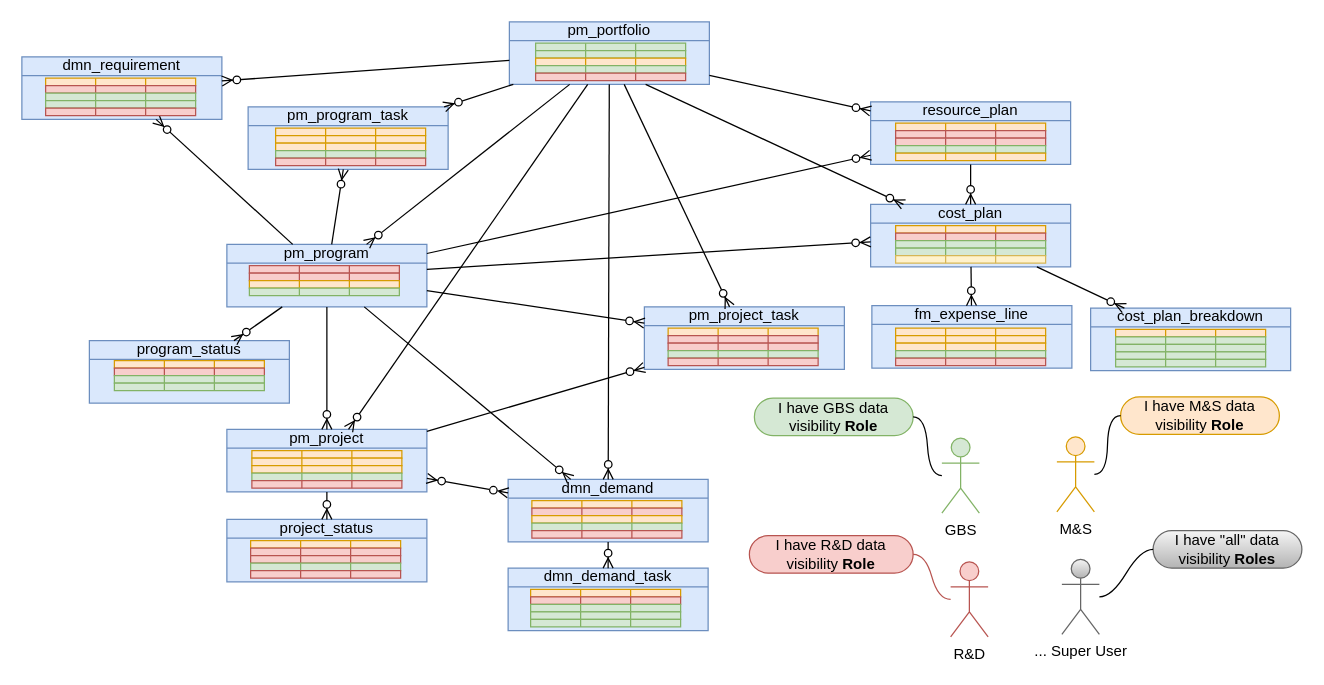
Earlier version of the draw.io diagram page "conceptV2" (4 of 10) of JTI_product.drawio (algimas/tmp). Source tidied: cells renumbered, new cells numbered last; positions are measured from the earlier drawing's top-left corner, leaving out a move shared by most shapes. Both pictures are drawn from the tidied source at 125%, with x=0, y=0 at pixel (21, 21).
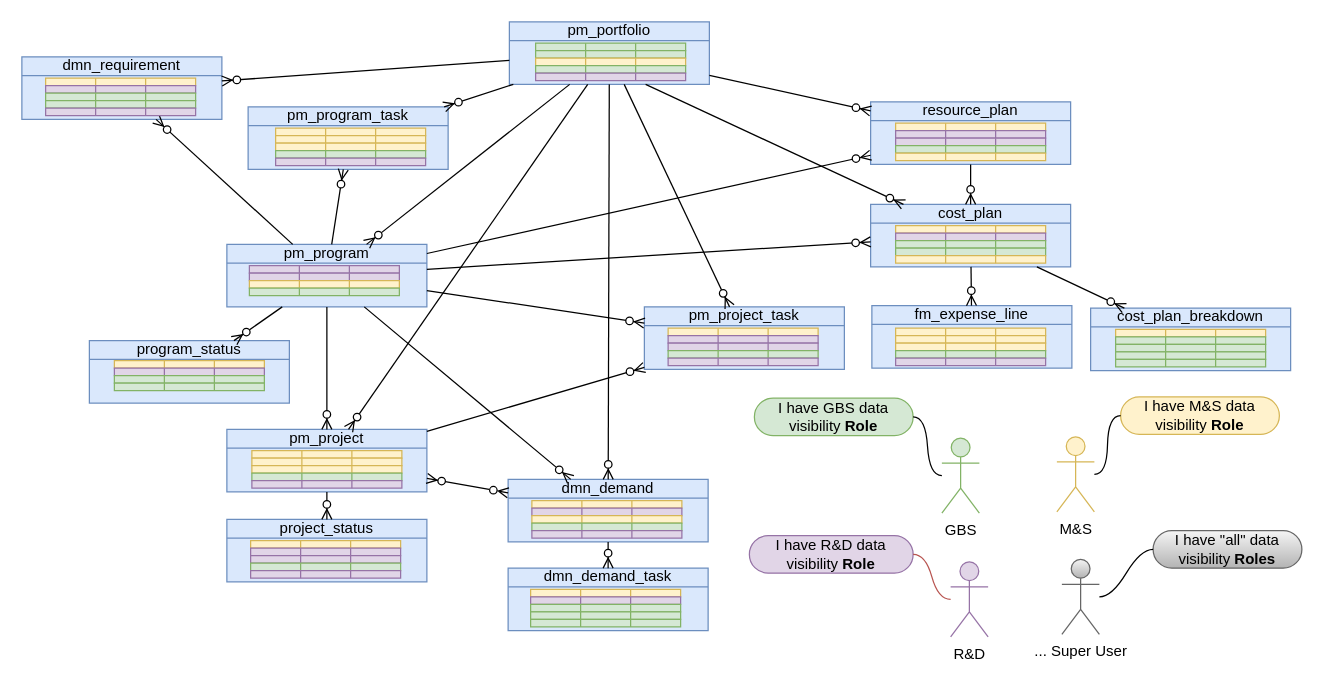
After the change.

Change to the diagram source:
```diff
@@
-    <mxCell id="40" value="M&amp;amp;S" style="shape=umlActor;verticalLabelPosition=bottom;verticalAlign=top;html=1;outlineConnect=0;fillColor=#ffe6cc;strokeColor=#d79b00;" parent="1" vertex="1">
+    <mxCell id="40" value="M&amp;amp;S" style="shape=umlActor;verticalLabelPosition=bottom;verticalAlign=top;html=1;outlineConnect=0;fillColor=#fff2cc;strokeColor=#d6b656;" parent="1" vertex="1">
       <mxGeometry x="828" y="332" width="30" height="60" as="geometry" />
     </mxCell>
-    <mxCell id="41" value="I have M&amp;amp;S data visibility &lt;b&gt;Role&lt;/b&gt;" style="whiteSpace=wrap;html=1;rounded=1;arcSize=50;align=center;verticalAlign=middle;strokeWidth=1;spacing=4;newEdgeStyle={&quot;edgeStyle&quot;:&quot;entityRelationEdgeStyle&quot;,&quot;startArrow&quot;:&quot;none&quot;,&quot;endArrow&quot;:&quot;none&quot;,&quot;segment&quot;:10,&quot;curved&quot;:1,&quot;sourcePerimeterSpacing&quot;:0,&quot;targetPerimeterSpacing&quot;:0};fillColor=#ffe6cc;strokeColor=#d79b00;" parent="1" vertex="1">
+    <mxCell id="41" value="I have M&amp;amp;S data visibility &lt;b&gt;Role&lt;/b&gt;" style="whiteSpace=wrap;html=1;rounded=1;arcSize=50;align=center;verticalAlign=middle;strokeWidth=1;spacing=4;newEdgeStyle={&quot;edgeStyle&quot;:&quot;entityRelationEdgeStyle&quot;,&quot;startArrow&quot;:&quot;none&quot;,&quot;endArrow&quot;:&quot;none&quot;,&quot;segment&quot;:10,&quot;curved&quot;:1,&quot;sourcePerimeterSpacing&quot;:0,&quot;targetPerimeterSpacing&quot;:0};fillColor=#fff2cc;strokeColor=#d6b656;" parent="1" vertex="1">
       <mxGeometry x="879" y="300" width="127" height="30" as="geometry" />
     </mxCell>
@@
-    <mxCell id="48" value="R&amp;amp;D" style="shape=umlActor;verticalLabelPosition=bottom;verticalAlign=top;html=1;outlineConnect=0;fillColor=#f8cecc;strokeColor=#b85450;" parent="1" vertex="1">
+    <mxCell id="48" value="R&amp;amp;D" style="shape=umlActor;verticalLabelPosition=bottom;verticalAlign=top;html=1;outlineConnect=0;fillColor=#e1d5e7;strokeColor=#9673a6;" parent="1" vertex="1">
       <mxGeometry x="743" y="432" width="30" height="60" as="geometry" />
     </mxCell>
-    <mxCell id="49" value="I have R&amp;amp;D data visibility &lt;b&gt;Role&lt;/b&gt;" style="whiteSpace=wrap;html=1;rounded=1;arcSize=50;align=center;verticalAlign=middle;strokeWidth=1;spacing=4;newEdgeStyle={&quot;edgeStyle&quot;:&quot;entityRelationEdgeStyle&quot;,&quot;startArrow&quot;:&quot;none&quot;,&quot;endArrow&quot;:&quot;none&quot;,&quot;segment&quot;:10,&quot;curved&quot;:1,&quot;sourcePerimeterSpacing&quot;:0,&quot;targetPerimeterSpacing&quot;:0};fillColor=#f8cecc;strokeColor=#b85450;" parent="1" vertex="1">
+    <mxCell id="49" value="I have R&amp;amp;D data visibility &lt;b&gt;Role&lt;/b&gt;" style="whiteSpace=wrap;html=1;rounded=1;arcSize=50;align=center;verticalAlign=middle;strokeWidth=1;spacing=4;newEdgeStyle={&quot;edgeStyle&quot;:&quot;entityRelationEdgeStyle&quot;,&quot;startArrow&quot;:&quot;none&quot;,&quot;endArrow&quot;:&quot;none&quot;,&quot;segment&quot;:10,&quot;curved&quot;:1,&quot;sourcePerimeterSpacing&quot;:0,&quot;targetPerimeterSpacing&quot;:0};fillColor=#e1d5e7;strokeColor=#9673a6;" parent="1" vertex="1">
       <mxGeometry x="582" y="411" width="131" height="30" as="geometry" />
     </mxCell>
@@
-    <mxCell id="51" style="shape=process;whiteSpace=wrap;html=1;backgroundOutline=1;size=0.33214285714285646;fillColor=#ffe6cc;strokeColor=#d79b00;" parent="1" vertex="1">
+    <mxCell id="51" style="shape=process;whiteSpace=wrap;html=1;backgroundOutline=1;size=0.33214285714285646;fillColor=#fff2cc;strokeColor=#d6b656;" parent="1" vertex="1">
       <mxGeometry x="407" y="454" width="120" height="6" as="geometry" />
     </mxCell>
-    <mxCell id="52" style="shape=process;whiteSpace=wrap;html=1;backgroundOutline=1;size=0.33214285714285646;fillColor=#f8cecc;strokeColor=#b85450;" parent="1" vertex="1">
+    <mxCell id="52" style="shape=process;whiteSpace=wrap;html=1;backgroundOutline=1;size=0.33214285714285646;fillColor=#e1d5e7;strokeColor=#9673a6;" parent="1" vertex="1">
       <mxGeometry x="407" y="460" width="120" height="6" as="geometry" />
     </mxCell>
@@
-    <mxCell id="56" style="shape=process;whiteSpace=wrap;html=1;backgroundOutline=1;size=0.33214285714285646;fillColor=#ffe6cc;strokeColor=#d79b00;" parent="1" vertex="1">
+    <mxCell id="56" style="shape=process;whiteSpace=wrap;html=1;backgroundOutline=1;size=0.33214285714285646;fillColor=#fff2cc;strokeColor=#d6b656;" parent="1" vertex="1">
       <mxGeometry x="183" y="415" width="120" height="6" as="geometry" />
     </mxCell>
-    <mxCell id="57" style="shape=process;whiteSpace=wrap;html=1;backgroundOutline=1;size=0.33214285714285646;fillColor=#f8cecc;strokeColor=#b85450;" parent="1" vertex="1">
+    <mxCell id="57" style="shape=process;whiteSpace=wrap;html=1;backgroundOutline=1;size=0.33214285714285646;fillColor=#e1d5e7;strokeColor=#9673a6;" parent="1" vertex="1">
       <mxGeometry x="183" y="421" width="120" height="6" as="geometry" />
     </mxCell>
-    <mxCell id="58" style="shape=process;whiteSpace=wrap;html=1;backgroundOutline=1;size=0.33214285714285646;fillColor=#f8cecc;strokeColor=#b85450;" parent="1" vertex="1">
+    <mxCell id="58" style="shape=process;whiteSpace=wrap;html=1;backgroundOutline=1;size=0.33214285714285646;fillColor=#e1d5e7;strokeColor=#9673a6;" parent="1" vertex="1">
       <mxGeometry x="183" y="427" width="120" height="6" as="geometry" />
     </mxCell>
@@
-    <mxCell id="60" style="shape=process;whiteSpace=wrap;html=1;backgroundOutline=1;size=0.33214285714285646;fillColor=#f8cecc;strokeColor=#b85450;" parent="1" vertex="1">
+    <mxCell id="60" style="shape=process;whiteSpace=wrap;html=1;backgroundOutline=1;size=0.33214285714285646;fillColor=#e1d5e7;strokeColor=#9673a6;" parent="1" vertex="1">
       <mxGeometry x="183" y="439" width="120" height="6" as="geometry" />
     </mxCell>
-    <mxCell id="61" style="shape=process;whiteSpace=wrap;html=1;backgroundOutline=1;size=0.33214285714285646;fillColor=#ffe6cc;strokeColor=#d79b00;" parent="1" vertex="1">
+    <mxCell id="61" style="shape=process;whiteSpace=wrap;html=1;backgroundOutline=1;size=0.33214285714285646;fillColor=#fff2cc;strokeColor=#d6b656;" parent="1" vertex="1">
       <mxGeometry x="184" y="343" width="120" height="6" as="geometry" />
     </mxCell>
-    <mxCell id="62" style="shape=process;whiteSpace=wrap;html=1;backgroundOutline=1;size=0.33214285714285646;fillColor=#ffe6cc;strokeColor=#d79b00;" parent="1" vertex="1">
+    <mxCell id="62" style="shape=process;whiteSpace=wrap;html=1;backgroundOutline=1;size=0.33214285714285646;fillColor=#fff2cc;strokeColor=#d6b656;" parent="1" vertex="1">
       <mxGeometry x="184" y="349" width="120" height="6" as="geometry" />
     </mxCell>
-    <mxCell id="63" style="shape=process;whiteSpace=wrap;html=1;backgroundOutline=1;size=0.33214285714285646;fillColor=#ffe6cc;strokeColor=#d79b00;" parent="1" vertex="1">
+    <mxCell id="63" style="shape=process;whiteSpace=wrap;html=1;backgroundOutline=1;size=0.33214285714285646;fillColor=#fff2cc;strokeColor=#d6b656;" parent="1" vertex="1">
       <mxGeometry x="184" y="355" width="120" height="6" as="geometry" />
     </mxCell>
@@
-    <mxCell id="65" style="shape=process;whiteSpace=wrap;html=1;backgroundOutline=1;size=0.33214285714285646;fillColor=#f8cecc;strokeColor=#b85450;" parent="1" vertex="1">
+    <mxCell id="65" style="shape=process;whiteSpace=wrap;html=1;backgroundOutline=1;size=0.33214285714285646;fillColor=#e1d5e7;strokeColor=#9673a6;" parent="1" vertex="1">
       <mxGeometry x="184" y="367" width="120" height="6" as="geometry" />
     </mxCell>
-    <mxCell id="66" style="shape=process;whiteSpace=wrap;html=1;backgroundOutline=1;size=0.33214285714285646;fillColor=#ffe6cc;strokeColor=#d79b00;" parent="1" vertex="1">
+    <mxCell id="66" style="shape=process;whiteSpace=wrap;html=1;backgroundOutline=1;size=0.33214285714285646;fillColor=#fff2cc;strokeColor=#d6b656;" parent="1" vertex="1">
       <mxGeometry x="74" y="271" width="120" height="6" as="geometry" />
     </mxCell>
-    <mxCell id="67" style="shape=process;whiteSpace=wrap;html=1;backgroundOutline=1;size=0.33214285714285646;fillColor=#f8cecc;strokeColor=#b85450;" parent="1" vertex="1">
+    <mxCell id="67" style="shape=process;whiteSpace=wrap;html=1;backgroundOutline=1;size=0.33214285714285646;fillColor=#e1d5e7;strokeColor=#9673a6;" parent="1" vertex="1">
       <mxGeometry x="74" y="277" width="120" height="6" as="geometry" />
     </mxCell>
@@
-    <mxCell id="70" style="shape=process;whiteSpace=wrap;html=1;backgroundOutline=1;size=0.33214285714285646;fillColor=#f8cecc;strokeColor=#b85450;" parent="1" vertex="1">
+    <mxCell id="70" style="shape=process;whiteSpace=wrap;html=1;backgroundOutline=1;size=0.33214285714285646;fillColor=#e1d5e7;strokeColor=#9673a6;" parent="1" vertex="1">
       <mxGeometry x="182" y="195" width="120" height="6" as="geometry" />
     </mxCell>
-    <mxCell id="71" style="shape=process;whiteSpace=wrap;html=1;backgroundOutline=1;size=0.33214285714285646;fillColor=#f8cecc;strokeColor=#b85450;" parent="1" vertex="1">
+    <mxCell id="71" style="shape=process;whiteSpace=wrap;html=1;backgroundOutline=1;size=0.33214285714285646;fillColor=#e1d5e7;strokeColor=#9673a6;" parent="1" vertex="1">
       <mxGeometry x="182" y="201" width="120" height="6" as="geometry" />
     </mxCell>
-    <mxCell id="72" style="shape=process;whiteSpace=wrap;html=1;backgroundOutline=1;size=0.33214285714285646;fillColor=#ffe6cc;strokeColor=#d79b00;" parent="1" vertex="1">
+    <mxCell id="72" style="shape=process;whiteSpace=wrap;html=1;backgroundOutline=1;size=0.33214285714285646;fillColor=#fff2cc;strokeColor=#d6b656;" parent="1" vertex="1">
       <mxGeometry x="182" y="207" width="120" height="6" as="geometry" />
     </mxCell>
@@
-    <mxCell id="74" style="shape=process;whiteSpace=wrap;html=1;backgroundOutline=1;size=0.33214285714285646;fillColor=#ffe6cc;strokeColor=#d79b00;" parent="1" vertex="1">
+    <mxCell id="74" style="shape=process;whiteSpace=wrap;html=1;backgroundOutline=1;size=0.33214285714285646;fillColor=#fff2cc;strokeColor=#d6b656;" parent="1" vertex="1">
       <mxGeometry x="408" y="383" width="120" height="6" as="geometry" />
     </mxCell>
-    <mxCell id="75" style="shape=process;whiteSpace=wrap;html=1;backgroundOutline=1;size=0.33214285714285646;fillColor=#f8cecc;strokeColor=#b85450;" parent="1" vertex="1">
+    <mxCell id="75" style="shape=process;whiteSpace=wrap;html=1;backgroundOutline=1;size=0.33214285714285646;fillColor=#e1d5e7;strokeColor=#9673a6;" parent="1" vertex="1">
       <mxGeometry x="408" y="389" width="120" height="6" as="geometry" />
     </mxCell>
-    <mxCell id="76" style="shape=process;whiteSpace=wrap;html=1;backgroundOutline=1;size=0.33214285714285646;fillColor=#ffe6cc;strokeColor=#d79b00;" parent="1" vertex="1">
+    <mxCell id="76" style="shape=process;whiteSpace=wrap;html=1;backgroundOutline=1;size=0.33214285714285646;fillColor=#fff2cc;strokeColor=#d6b656;" parent="1" vertex="1">
       <mxGeometry x="408" y="395" width="120" height="6" as="geometry" />
     </mxCell>
@@
-    <mxCell id="78" style="shape=process;whiteSpace=wrap;html=1;backgroundOutline=1;size=0.33214285714285646;fillColor=#f8cecc;strokeColor=#b85450;" parent="1" vertex="1">
+    <mxCell id="78" style="shape=process;whiteSpace=wrap;html=1;backgroundOutline=1;size=0.33214285714285646;fillColor=#e1d5e7;strokeColor=#9673a6;" parent="1" vertex="1">
       <mxGeometry x="408" y="407" width="120" height="6" as="geometry" />
     </mxCell>
-    <mxCell id="79" style="shape=process;whiteSpace=wrap;html=1;backgroundOutline=1;size=0.33214285714285646;fillColor=#ffe6cc;strokeColor=#d79b00;" parent="1" vertex="1">
+    <mxCell id="79" style="shape=process;whiteSpace=wrap;html=1;backgroundOutline=1;size=0.33214285714285646;fillColor=#fff2cc;strokeColor=#d6b656;" parent="1" vertex="1">
       <mxGeometry x="517" y="245" width="120" height="6" as="geometry" />
     </mxCell>
-    <mxCell id="80" style="shape=process;whiteSpace=wrap;html=1;backgroundOutline=1;size=0.33214285714285646;fillColor=#f8cecc;strokeColor=#b85450;" parent="1" vertex="1">
+    <mxCell id="80" style="shape=process;whiteSpace=wrap;html=1;backgroundOutline=1;size=0.33214285714285646;fillColor=#e1d5e7;strokeColor=#9673a6;" parent="1" vertex="1">
       <mxGeometry x="517" y="251" width="120" height="6" as="geometry" />
     </mxCell>
-    <mxCell id="81" style="shape=process;whiteSpace=wrap;html=1;backgroundOutline=1;size=0.33214285714285646;fillColor=#f8cecc;strokeColor=#b85450;" parent="1" vertex="1">
+    <mxCell id="81" style="shape=process;whiteSpace=wrap;html=1;backgroundOutline=1;size=0.33214285714285646;fillColor=#e1d5e7;strokeColor=#9673a6;" parent="1" vertex="1">
       <mxGeometry x="517" y="257" width="120" height="6" as="geometry" />
     </mxCell>
@@
-    <mxCell id="83" style="shape=process;whiteSpace=wrap;html=1;backgroundOutline=1;size=0.33214285714285646;fillColor=#f8cecc;strokeColor=#b85450;" parent="1" vertex="1">
+    <mxCell id="83" style="shape=process;whiteSpace=wrap;html=1;backgroundOutline=1;size=0.33214285714285646;fillColor=#e1d5e7;strokeColor=#9673a6;" parent="1" vertex="1">
       <mxGeometry x="517" y="269" width="120" height="6" as="geometry" />
     </mxCell>
-    <mxCell id="84" style="shape=process;whiteSpace=wrap;html=1;backgroundOutline=1;size=0.33214285714285646;fillColor=#ffe6cc;strokeColor=#d79b00;" parent="1" vertex="1">
+    <mxCell id="84" style="shape=process;whiteSpace=wrap;html=1;backgroundOutline=1;size=0.33214285714285646;fillColor=#fff2cc;strokeColor=#d6b656;" parent="1" vertex="1">
       <mxGeometry x="699" y="245" width="120" height="6" as="geometry" />
     </mxCell>
-    <mxCell id="85" style="shape=process;whiteSpace=wrap;html=1;backgroundOutline=1;size=0.33214285714285646;fillColor=#ffe6cc;strokeColor=#d79b00;" parent="1" vertex="1">
+    <mxCell id="85" style="shape=process;whiteSpace=wrap;html=1;backgroundOutline=1;size=0.33214285714285646;fillColor=#fff2cc;strokeColor=#d6b656;" parent="1" vertex="1">
       <mxGeometry x="699" y="251" width="120" height="6" as="geometry" />
     </mxCell>
-    <mxCell id="86" style="shape=process;whiteSpace=wrap;html=1;backgroundOutline=1;size=0.33214285714285646;fillColor=#ffe6cc;strokeColor=#d79b00;" parent="1" vertex="1">
+    <mxCell id="86" style="shape=process;whiteSpace=wrap;html=1;backgroundOutline=1;size=0.33214285714285646;fillColor=#fff2cc;strokeColor=#d6b656;" parent="1" vertex="1">
       <mxGeometry x="699" y="257" width="120" height="6" as="geometry" />
     </mxCell>
@@
-    <mxCell id="88" style="shape=process;whiteSpace=wrap;html=1;backgroundOutline=1;size=0.33214285714285646;fillColor=#f8cecc;strokeColor=#b85450;" parent="1" vertex="1">
+    <mxCell id="88" style="shape=process;whiteSpace=wrap;html=1;backgroundOutline=1;size=0.33214285714285646;fillColor=#e1d5e7;strokeColor=#9673a6;" parent="1" vertex="1">
       <mxGeometry x="699" y="269" width="120" height="6" as="geometry" />
     </mxCell>
-    <mxCell id="89" style="shape=process;whiteSpace=wrap;html=1;backgroundOutline=1;size=0.33214285714285646;fillColor=#ffe6cc;strokeColor=#d79b00;" parent="1" vertex="1">
+    <mxCell id="89" style="shape=process;whiteSpace=wrap;html=1;backgroundOutline=1;size=0.33214285714285646;fillColor=#fff2cc;strokeColor=#d6b656;" parent="1" vertex="1">
       <mxGeometry x="875" y="246" width="120" height="6" as="geometry" />
     </mxCell>
@@
-    <mxCell id="94" style="shape=process;whiteSpace=wrap;html=1;backgroundOutline=1;size=0.33214285714285646;fillColor=#ffe6cc;strokeColor=#d79b00;" parent="1" vertex="1">
+    <mxCell id="94" style="shape=process;whiteSpace=wrap;html=1;backgroundOutline=1;size=0.33214285714285646;fillColor=#fff2cc;strokeColor=#d6b656;" parent="1" vertex="1">
       <mxGeometry x="699" y="163" width="120" height="6" as="geometry" />
     </mxCell>
-    <mxCell id="95" style="shape=process;whiteSpace=wrap;html=1;backgroundOutline=1;size=0.33214285714285646;fillColor=#f8cecc;strokeColor=#b85450;" parent="1" vertex="1">
+    <mxCell id="95" style="shape=process;whiteSpace=wrap;html=1;backgroundOutline=1;size=0.33214285714285646;fillColor=#e1d5e7;strokeColor=#9673a6;" parent="1" vertex="1">
       <mxGeometry x="699" y="169" width="120" height="6" as="geometry" />
     </mxCell>
@@
-    <mxCell id="99" style="shape=process;whiteSpace=wrap;html=1;backgroundOutline=1;size=0.33214285714285646;fillColor=#ffe6cc;strokeColor=#d79b00;" parent="1" vertex="1">
+    <mxCell id="99" style="shape=process;whiteSpace=wrap;html=1;backgroundOutline=1;size=0.33214285714285646;fillColor=#fff2cc;strokeColor=#d6b656;" parent="1" vertex="1">
       <mxGeometry x="699" y="81" width="120" height="6" as="geometry" />
     </mxCell>
-    <mxCell id="100" style="shape=process;whiteSpace=wrap;html=1;backgroundOutline=1;size=0.33214285714285646;fillColor=#f8cecc;strokeColor=#b85450;" parent="1" vertex="1">
+    <mxCell id="100" style="shape=process;whiteSpace=wrap;html=1;backgroundOutline=1;size=0.33214285714285646;fillColor=#e1d5e7;strokeColor=#9673a6;" parent="1" vertex="1">
       <mxGeometry x="699" y="87" width="120" height="6" as="geometry" />
     </mxCell>
-    <mxCell id="101" style="shape=process;whiteSpace=wrap;html=1;backgroundOutline=1;size=0.33214285714285646;fillColor=#f8cecc;strokeColor=#b85450;" parent="1" vertex="1">
+    <mxCell id="101" style="shape=process;whiteSpace=wrap;html=1;backgroundOutline=1;size=0.33214285714285646;fillColor=#e1d5e7;strokeColor=#9673a6;" parent="1" vertex="1">
       <mxGeometry x="699" y="93" width="120" height="6" as="geometry" />
     </mxCell>
@@
-    <mxCell id="103" style="shape=process;whiteSpace=wrap;html=1;backgroundOutline=1;size=0.33214285714285646;fillColor=#ffe6cc;strokeColor=#d79b00;" parent="1" vertex="1">
+    <mxCell id="103" style="shape=process;whiteSpace=wrap;html=1;backgroundOutline=1;size=0.33214285714285646;fillColor=#fff2cc;strokeColor=#d6b656;" parent="1" vertex="1">
       <mxGeometry x="699" y="105" width="120" height="6" as="geometry" />
     </mxCell>
@@
-    <mxCell id="106" style="shape=process;whiteSpace=wrap;html=1;backgroundOutline=1;size=0.33214285714285646;fillColor=#ffe6cc;strokeColor=#d79b00;" parent="1" vertex="1">
+    <mxCell id="106" style="shape=process;whiteSpace=wrap;html=1;backgroundOutline=1;size=0.33214285714285646;fillColor=#fff2cc;strokeColor=#d6b656;" parent="1" vertex="1">
       <mxGeometry x="411" y="29" width="120" height="6" as="geometry" />
     </mxCell>
@@
-    <mxCell id="108" style="shape=process;whiteSpace=wrap;html=1;backgroundOutline=1;size=0.33214285714285646;fillColor=#f8cecc;strokeColor=#b85450;" parent="1" vertex="1">
+    <mxCell id="108" style="shape=process;whiteSpace=wrap;html=1;backgroundOutline=1;size=0.33214285714285646;fillColor=#e1d5e7;strokeColor=#9673a6;" parent="1" vertex="1">
       <mxGeometry x="411" y="41" width="120" height="6" as="geometry" />
     </mxCell>
-    <mxCell id="109" style="shape=process;whiteSpace=wrap;html=1;backgroundOutline=1;size=0.33214285714285646;fillColor=#ffe6cc;strokeColor=#d79b00;" parent="1" vertex="1">
+    <mxCell id="109" style="shape=process;whiteSpace=wrap;html=1;backgroundOutline=1;size=0.33214285714285646;fillColor=#fff2cc;strokeColor=#d6b656;" parent="1" vertex="1">
       <mxGeometry x="203" y="85" width="120" height="6" as="geometry" />
     </mxCell>
-    <mxCell id="110" style="shape=process;whiteSpace=wrap;html=1;backgroundOutline=1;size=0.33214285714285646;fillColor=#ffe6cc;strokeColor=#d79b00;" parent="1" vertex="1">
+    <mxCell id="110" style="shape=process;whiteSpace=wrap;html=1;backgroundOutline=1;size=0.33214285714285646;fillColor=#fff2cc;strokeColor=#d6b656;" parent="1" vertex="1">
       <mxGeometry x="203" y="91" width="120" height="6" as="geometry" />
     </mxCell>
-    <mxCell id="111" style="shape=process;whiteSpace=wrap;html=1;backgroundOutline=1;size=0.33214285714285646;fillColor=#ffe6cc;strokeColor=#d79b00;" parent="1" vertex="1">
+    <mxCell id="111" style="shape=process;whiteSpace=wrap;html=1;backgroundOutline=1;size=0.33214285714285646;fillColor=#fff2cc;strokeColor=#d6b656;" parent="1" vertex="1">
       <mxGeometry x="203" y="97" width="120" height="6" as="geometry" />
     </mxCell>
@@
-    <mxCell id="113" style="shape=process;whiteSpace=wrap;html=1;backgroundOutline=1;size=0.33214285714285646;fillColor=#f8cecc;strokeColor=#b85450;" parent="1" vertex="1">
+    <mxCell id="113" style="shape=process;whiteSpace=wrap;html=1;backgroundOutline=1;size=0.33214285714285646;fillColor=#e1d5e7;strokeColor=#9673a6;" parent="1" vertex="1">
       <mxGeometry x="203" y="109" width="120" height="6" as="geometry" />
     </mxCell>
-    <mxCell id="114" style="shape=process;whiteSpace=wrap;html=1;backgroundOutline=1;size=0.33214285714285646;fillColor=#ffe6cc;strokeColor=#d79b00;" parent="1" vertex="1">
+    <mxCell id="114" style="shape=process;whiteSpace=wrap;html=1;backgroundOutline=1;size=0.33214285714285646;fillColor=#fff2cc;strokeColor=#d6b656;" parent="1" vertex="1">
       <mxGeometry x="19" y="45" width="120" height="6" as="geometry" />
     </mxCell>
-    <mxCell id="115" style="shape=process;whiteSpace=wrap;html=1;backgroundOutline=1;size=0.33214285714285646;fillColor=#f8cecc;strokeColor=#b85450;" parent="1" vertex="1">
+    <mxCell id="115" style="shape=process;whiteSpace=wrap;html=1;backgroundOutline=1;size=0.33214285714285646;fillColor=#e1d5e7;strokeColor=#9673a6;" parent="1" vertex="1">
       <mxGeometry x="19" y="51" width="120" height="6" as="geometry" />
     </mxCell>
@@
-    <mxCell id="118" style="shape=process;whiteSpace=wrap;html=1;backgroundOutline=1;size=0.33214285714285646;fillColor=#f8cecc;strokeColor=#b85450;" parent="1" vertex="1">
+    <mxCell id="118" style="shape=process;whiteSpace=wrap;html=1;backgroundOutline=1;size=0.33214285714285646;fillColor=#e1d5e7;strokeColor=#9673a6;" parent="1" vertex="1">
       <mxGeometry x="19" y="69" width="120" height="6" as="geometry" />
     </mxCell>
```
